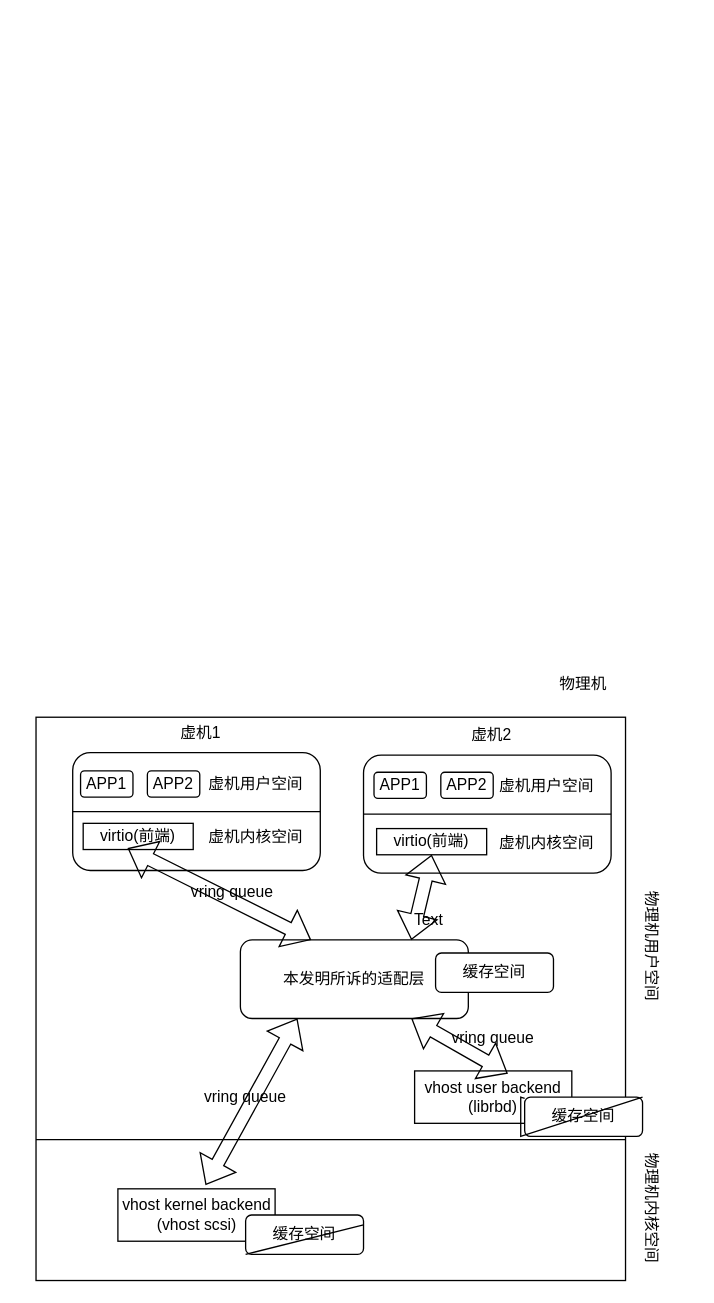
jeffyjf/drawio keeps this draw.io diagram as pictures/Untitled Diagram.drawio. Above is the earlier version. Source tidied: cells renumbered, new cells numbered last; positions are measured from the earlier drawing's top-left corner, leaving out a move shared by most shapes. Both pictures are drawn from the tidied source at 131%, with x=0, y=0 at pixel (35, 664).
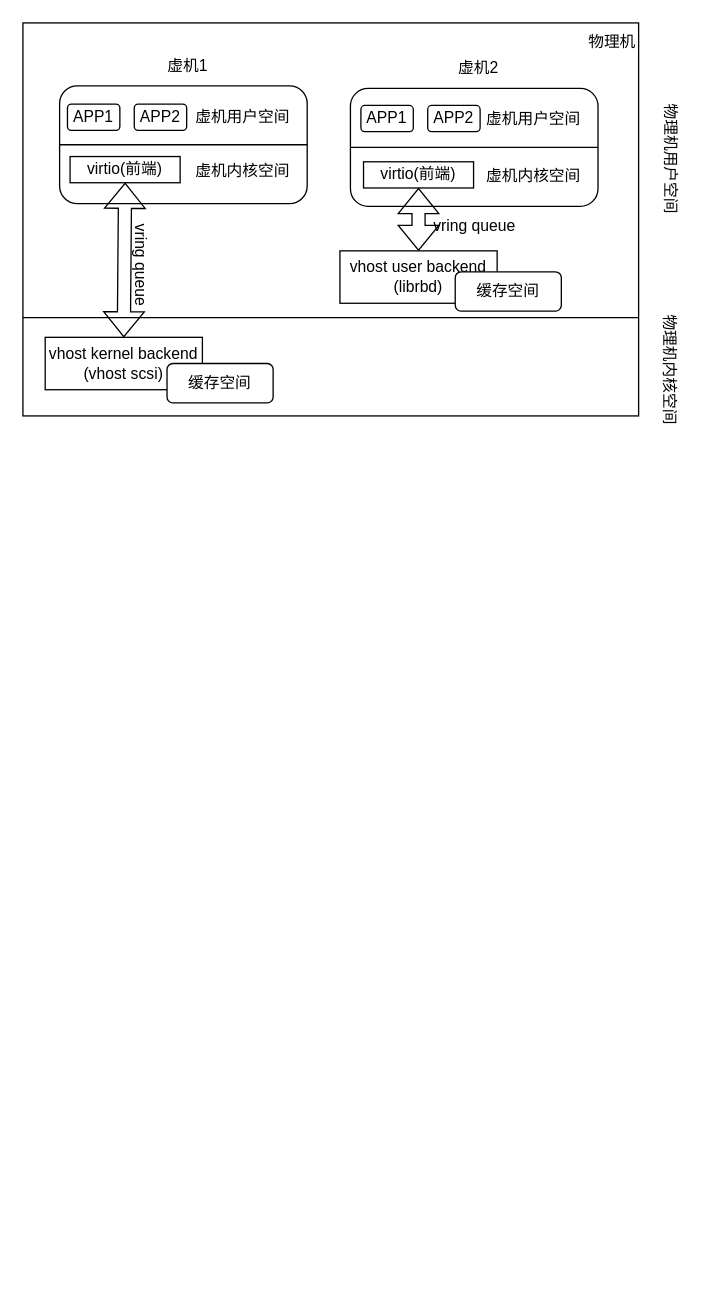
The same diagram, later.

What changed in the source:
```diff
@@
-    <mxCell id="2" style="rounded=0;whiteSpace=wrap;html=1;" parent="1" vertex="1">
-      <mxGeometry y="40" width="450" height="430" as="geometry" />
-    </mxCell>
-    <mxCell id="3" style="rounded=1;whiteSpace=wrap;html=1;" parent="1" vertex="1">
-      <mxGeometry x="250" y="69" width="189" height="90" as="geometry" />
-    </mxCell>
-    <mxCell id="4" style="endArrow=none;html=1;rounded=0;entryX=1;entryY=0.5;entryDx=0;entryDy=0;exitX=0;exitY=0.5;exitDx=0;exitDy=0;" parent="1" edge="1" source="3" target="3">
-      <mxGeometry relative="1" as="geometry" />
-    </mxCell>
-    <mxCell id="5" style="endArrow=none;html=1;rounded=0;exitX=0;exitY=0.75;exitDx=0;exitDy=0;entryX=1;entryY=0.75;entryDx=0;entryDy=0;" parent="1" edge="1" source="2" target="2">
-      <mxGeometry relative="1" as="geometry" />
-    </mxCell>
+    <mxCell id="39" style="rounded=0;whiteSpace=wrap;html=1;" parent="1" vertex="1">
+      <mxGeometry x="-10" y="-490" width="470" height="300" as="geometry" />
+    </mxCell>
+    <mxCell id="40" style="rounded=1;whiteSpace=wrap;html=1;" parent="1" vertex="1">
+      <mxGeometry x="240" y="-440" width="189" height="90" as="geometry" />
+    </mxCell>
+    <mxCell id="41" style="endArrow=none;html=1;rounded=0;entryX=1;entryY=0.5;entryDx=0;entryDy=0;exitX=0;exitY=0.5;exitDx=0;exitDy=0;" parent="1" edge="1" source="40" target="40">
+      <mxGeometry relative="1" as="geometry" />
+    </mxCell>
+    <mxCell id="42" style="endArrow=none;html=1;rounded=0;exitX=0;exitY=0.75;exitDx=0;exitDy=0;entryX=1;entryY=0.75;entryDx=0;entryDy=0;" parent="1" edge="1" source="39" target="39">
+      <mxGeometry relative="1" as="geometry" />
+    </mxCell>
+    <mxCell id="32" value="物理机用户空间" style="text;html=1;strokeColor=none;fillColor=none;align=center;verticalAlign=middle;whiteSpace=wrap;rounded=0;rotation=90;" parent="1" vertex="1">
+      <mxGeometry x="440" y="-401" width="90" height="30" as="geometry" />
+    </mxCell>
     <mxCell id="6" value="虚机2" style="text;html=1;strokeColor=none;fillColor=none;align=center;verticalAlign=middle;whiteSpace=wrap;rounded=0;" parent="1" vertex="1">
-      <mxGeometry x="318" y="39" width="60" height="30" as="geometry" />
+      <mxGeometry x="308" y="-470" width="60" height="30" as="geometry" />
     </mxCell>
-    <mxCell id="7" value="虚机用户空间" style="text;html=1;strokeColor=none;fillColor=none;align=center;verticalAlign=middle;whiteSpace=wrap;rounded=0;" parent="1" vertex="1">
-      <mxGeometry x="350" y="78" width="80" height="30" as="geometry" />
-    </mxCell>
-    <mxCell id="8" value="虚机内核空间" style="text;html=1;strokeColor=none;fillColor=none;align=center;verticalAlign=middle;whiteSpace=wrap;rounded=0;" parent="1" vertex="1">
-      <mxGeometry x="350" y="121" width="80" height="30" as="geometry" />
-    </mxCell>
-    <mxCell id="9" style="rounded=1;whiteSpace=wrap;html=1;" parent="1" vertex="1">
-      <mxGeometry x="28" y="67" width="189" height="90" as="geometry" />
-    </mxCell>
+    <mxCell id="43" value="虚机用户空间" style="text;html=1;strokeColor=none;fillColor=none;align=center;verticalAlign=middle;whiteSpace=wrap;rounded=0;" parent="1" vertex="1">
+      <mxGeometry x="340" y="-431" width="80" height="30" as="geometry" />
+    </mxCell>
+    <mxCell id="44" value="虚机内核空间" style="text;html=1;strokeColor=none;fillColor=none;align=center;verticalAlign=middle;whiteSpace=wrap;rounded=0;" parent="1" vertex="1">
+      <mxGeometry x="340" y="-388" width="80" height="30" as="geometry" />
+    </mxCell>
+    <mxCell id="45" style="rounded=1;whiteSpace=wrap;html=1;" parent="1" vertex="1">
+      <mxGeometry x="18" y="-442" width="189" height="90" as="geometry" />
+    </mxCell>
     <mxCell id="10" value="虚机1" style="text;html=1;strokeColor=none;fillColor=none;align=center;verticalAlign=middle;whiteSpace=wrap;rounded=0;" parent="1" vertex="1">
-      <mxGeometry x="96" y="37" width="60" height="30" as="geometry" />
+      <mxGeometry x="86" y="-472" width="60" height="30" as="geometry" />
     </mxCell>
-    <mxCell id="11" value="虚机用户空间" style="text;html=1;strokeColor=none;fillColor=none;align=center;verticalAlign=middle;whiteSpace=wrap;rounded=0;" parent="1" vertex="1">
-      <mxGeometry x="128" y="76" width="80" height="30" as="geometry" />
-    </mxCell>
-    <mxCell id="12" value="虚机内核空间" style="text;html=1;strokeColor=none;fillColor=none;align=center;verticalAlign=middle;whiteSpace=wrap;rounded=0;" parent="1" vertex="1">
-      <mxGeometry x="128" y="117" width="80" height="30" as="geometry" />
-    </mxCell>
-    <mxCell id="13" value="virtio(前端)" style="rounded=0;whiteSpace=wrap;html=1;" parent="1" vertex="1">
-      <mxGeometry x="36" y="121" width="84" height="20" as="geometry" />
-    </mxCell>
-    <mxCell id="14" style="endArrow=none;html=1;rounded=0;exitX=0;exitY=0.5;exitDx=0;exitDy=0;entryX=1;entryY=0.5;entryDx=0;entryDy=0;" parent="1" edge="1" source="9" target="9">
-      <mxGeometry relative="1" as="geometry" />
-    </mxCell>
-    <mxCell id="15" value="virtio(前端)" style="rounded=0;whiteSpace=wrap;html=1;" parent="1" vertex="1">
-      <mxGeometry x="260" y="125" width="84" height="20" as="geometry" />
-    </mxCell>
-    <mxCell id="16" value="APP1" style="rounded=1;whiteSpace=wrap;html=1;" parent="1" vertex="1">
-      <mxGeometry x="34" y="81" width="40" height="20" as="geometry" />
-    </mxCell>
-    <mxCell id="17" value="APP2" style="rounded=1;whiteSpace=wrap;html=1;" parent="1" vertex="1">
-      <mxGeometry x="85" y="81" width="40" height="20" as="geometry" />
-    </mxCell>
-    <mxCell id="18" value="APP1" style="rounded=1;whiteSpace=wrap;html=1;" parent="1" vertex="1">
-      <mxGeometry x="258" y="82" width="40" height="20" as="geometry" />
-    </mxCell>
-    <mxCell id="19" value="APP2" style="rounded=1;whiteSpace=wrap;html=1;" parent="1" vertex="1">
-      <mxGeometry x="309" y="82" width="40" height="20" as="geometry" />
-    </mxCell>
-    <mxCell id="20" value="本发明所诉的适配层" style="rounded=1;whiteSpace=wrap;html=1;" parent="1" vertex="1">
-      <mxGeometry x="156" y="210" width="174" height="60" as="geometry" />
-    </mxCell>
+    <mxCell id="46" value="虚机用户空间" style="text;html=1;strokeColor=none;fillColor=none;align=center;verticalAlign=middle;whiteSpace=wrap;rounded=0;" parent="1" vertex="1">
+      <mxGeometry x="118" y="-433" width="80" height="30" as="geometry" />
+    </mxCell>
+    <mxCell id="47" value="虚机内核空间" style="text;html=1;strokeColor=none;fillColor=none;align=center;verticalAlign=middle;whiteSpace=wrap;rounded=0;" parent="1" vertex="1">
+      <mxGeometry x="118" y="-392" width="80" height="30" as="geometry" />
+    </mxCell>
+    <mxCell id="48" value="virtio(前端)" style="rounded=0;whiteSpace=wrap;html=1;" parent="1" vertex="1">
+      <mxGeometry x="26" y="-388" width="84" height="20" as="geometry" />
+    </mxCell>
+    <mxCell id="49" style="endArrow=none;html=1;rounded=0;exitX=0;exitY=0.5;exitDx=0;exitDy=0;entryX=1;entryY=0.5;entryDx=0;entryDy=0;" parent="1" edge="1" source="45" target="45">
+      <mxGeometry relative="1" as="geometry" />
+    </mxCell>
+    <mxCell id="50" value="virtio(前端)" style="rounded=0;whiteSpace=wrap;html=1;" parent="1" vertex="1">
+      <mxGeometry x="250" y="-384" width="84" height="20" as="geometry" />
+    </mxCell>
+    <mxCell id="51" value="APP1" style="rounded=1;whiteSpace=wrap;html=1;" parent="1" vertex="1">
+      <mxGeometry x="24" y="-428" width="40" height="20" as="geometry" />
+    </mxCell>
+    <mxCell id="52" value="APP2" style="rounded=1;whiteSpace=wrap;html=1;" parent="1" vertex="1">
+      <mxGeometry x="75" y="-428" width="40" height="20" as="geometry" />
+    </mxCell>
+    <mxCell id="53" value="APP1" style="rounded=1;whiteSpace=wrap;html=1;" parent="1" vertex="1">
+      <mxGeometry x="248" y="-427" width="40" height="20" as="geometry" />
+    </mxCell>
+    <mxCell id="54" value="APP2" style="rounded=1;whiteSpace=wrap;html=1;" parent="1" vertex="1">
+      <mxGeometry x="299" y="-427" width="40" height="20" as="geometry" />
+    </mxCell>
+    <mxCell id="22" value="vhost kernel backend&lt;br&gt;(vhost scsi)" style="rounded=0;whiteSpace=wrap;html=1;" parent="1" vertex="1">
+      <mxGeometry x="7" y="-250" width="120" height="40" as="geometry" />
+    </mxCell>
     <mxCell id="21" value="vhost user backend&lt;br&gt;(librbd)" style="rounded=0;whiteSpace=wrap;html=1;" parent="1" vertex="1">
-      <mxGeometry x="289" y="310" width="120" height="40" as="geometry" />
+      <mxGeometry x="232" y="-316" width="120" height="40" as="geometry" />
     </mxCell>
-    <mxCell id="22" value="vhost kernel backend&lt;br&gt;(vhost scsi)" style="rounded=0;whiteSpace=wrap;html=1;" parent="1" vertex="1">
-      <mxGeometry x="62.5" y="400" width="120" height="40" as="geometry" />
-    </mxCell>
-    <mxCell id="23" style="shape=flexArrow;endArrow=classic;startArrow=classic;html=1;rounded=0;entryX=0.405;entryY=0.95;entryDx=0;entryDy=0;entryPerimeter=0;exitX=0.31;exitY=0;exitDx=0;exitDy=0;exitPerimeter=0;" parent="1" edge="1" source="20" target="13">
-      <mxGeometry relative="1" as="geometry" />
-    </mxCell>
-    <mxCell id="24" style="shape=flexArrow;endArrow=classic;startArrow=classic;html=1;rounded=0;entryX=0.5;entryY=1;entryDx=0;entryDy=0;exitX=0.75;exitY=0;exitDx=0;exitDy=0;" parent="1" edge="1" source="20" target="15">
-      <mxGeometry relative="1" as="geometry" />
-    </mxCell>
-    <mxCell id="25" style="shape=flexArrow;endArrow=classic;startArrow=classic;html=1;rounded=0;entryX=0.25;entryY=1;entryDx=0;entryDy=0;exitX=0.558;exitY=-0.075;exitDx=0;exitDy=0;exitPerimeter=0;" parent="1" edge="1" source="22" target="20">
-      <mxGeometry relative="1" as="geometry" />
-    </mxCell>
-    <mxCell id="26" style="shape=flexArrow;endArrow=classic;startArrow=classic;html=1;rounded=0;entryX=0.75;entryY=1;entryDx=0;entryDy=0;exitX=0.592;exitY=0.05;exitDx=0;exitDy=0;exitPerimeter=0;" parent="1" edge="1" source="21" target="20">
-      <mxGeometry relative="1" as="geometry" />
-    </mxCell>
-    <mxCell id="27" value="vring queue" style="text;html=1;strokeColor=none;fillColor=none;align=center;verticalAlign=middle;whiteSpace=wrap;rounded=0;rotation=0;" parent="1" vertex="1">
-      <mxGeometry x="110" y="159" width="80" height="30" as="geometry" />
-    </mxCell>
+    <mxCell id="55" style="shape=flexArrow;endArrow=classic;startArrow=classic;html=1;rounded=0;entryX=0.5;entryY=1;entryDx=0;entryDy=0;exitX=0.5;exitY=0;exitDx=0;exitDy=0;" parent="1" edge="1" source="22" target="48">
+      <mxGeometry relative="1" as="geometry" />
+    </mxCell>
+    <mxCell id="56" style="shape=flexArrow;endArrow=classic;startArrow=classic;html=1;rounded=0;exitX=0.5;exitY=0;exitDx=0;exitDy=0;" parent="1" edge="1" source="21" target="50">
+      <mxGeometry relative="1" as="geometry" />
+    </mxCell>
+    <mxCell id="57" value="vring queue" style="text;html=1;strokeColor=none;fillColor=none;align=center;verticalAlign=middle;whiteSpace=wrap;rounded=0;rotation=90;" parent="1" vertex="1">
+      <mxGeometry x="40" y="-320" width="80" height="30" as="geometry" />
+    </mxCell>
+    <mxCell id="58" value="vring queue" style="text;html=1;strokeColor=none;fillColor=none;align=center;verticalAlign=middle;whiteSpace=wrap;rounded=0;" parent="1" vertex="1">
+      <mxGeometry x="294.5" y="-350" width="80" height="30" as="geometry" />
+    </mxCell>
-    <mxCell id="28" value="物理机" style="text;html=1;strokeColor=none;fillColor=none;align=center;verticalAlign=middle;whiteSpace=wrap;rounded=0;rotation=0;" parent="1" vertex="1">
-      <mxGeometry x="378" width="80" height="30" as="geometry" />
+    <mxCell id="28" value="物理机" style="text;html=1;strokeColor=none;fillColor=none;align=center;verticalAlign=middle;whiteSpace=wrap;rounded=0;" parent="1" vertex="1">
+      <mxGeometry x="410" y="-490" width="60" height="30" as="geometry" />
     </mxCell>
-    <mxCell id="29" value="vring queue" style="text;html=1;strokeColor=none;fillColor=none;align=center;verticalAlign=middle;whiteSpace=wrap;rounded=0;rotation=0;" parent="1" vertex="1">
-      <mxGeometry x="120" y="315" width="80" height="30" as="geometry" />
-    </mxCell>
-    <mxCell id="30" value="vring queue" style="text;html=1;strokeColor=none;fillColor=none;align=center;verticalAlign=middle;whiteSpace=wrap;rounded=0;rotation=0;" parent="1" vertex="1">
-      <mxGeometry x="309" y="270" width="80" height="30" as="geometry" />
-    </mxCell>
-    <mxCell id="31" value="Text" style="text;html=1;strokeColor=none;fillColor=none;align=center;verticalAlign=middle;whiteSpace=wrap;rounded=0;" parent="1" vertex="1">
-      <mxGeometry x="270" y="180" width="60" height="30" as="geometry" />
-    </mxCell>
-    <mxCell id="32" value="物理机用户空间" style="text;html=1;strokeColor=none;fillColor=none;align=center;verticalAlign=middle;whiteSpace=wrap;rounded=0;rotation=90;" parent="1" vertex="1">
-      <mxGeometry x="420" y="200" width="100" height="30" as="geometry" />
-    </mxCell>
     <mxCell id="33" value="物理机内核空间" style="text;html=1;strokeColor=none;fillColor=none;align=center;verticalAlign=middle;whiteSpace=wrap;rounded=0;rotation=90;" parent="1" vertex="1">
-      <mxGeometry x="420" y="400" width="100" height="30" as="geometry" />
+      <mxGeometry x="439" y="-240" width="90" height="30" as="geometry" />
     </mxCell>
-    <mxCell id="34" value="缓存空间" style="rounded=1;whiteSpace=wrap;html=1;" parent="1" vertex="1">
-      <mxGeometry x="305" y="220" width="90" height="30" as="geometry" />
-    </mxCell>
-    <mxCell id="35" value="缓存空间" style="rounded=1;whiteSpace=wrap;html=1;" parent="1" vertex="1">
-      <mxGeometry x="373" y="330" width="90" height="30" as="geometry" />
-    </mxCell>
-    <mxCell id="36" value="缓存空间" style="rounded=1;whiteSpace=wrap;html=1;" parent="1" vertex="1">
-      <mxGeometry x="160" y="420" width="90" height="30" as="geometry" />
-    </mxCell>
-    <mxCell id="37" style="endArrow=none;html=1;rounded=0;entryX=1;entryY=0;entryDx=0;entryDy=0;" parent="1" edge="1" source="35" target="35">
-      <mxGeometry relative="1" as="geometry">
-        <Array as="points">
-          <mxPoint x="370" y="360" />
-        </Array>
-      </mxGeometry>
-    </mxCell>
-    <mxCell id="38" style="endArrow=none;html=1;rounded=0;entryX=1;entryY=0.25;entryDx=0;entryDy=0;exitX=0;exitY=1;exitDx=0;exitDy=0;" parent="1" edge="1" source="36" target="36">
-      <mxGeometry relative="1" as="geometry" />
-    </mxCell>
+    <mxCell id="59" value="缓存空间" style="rounded=1;whiteSpace=wrap;html=1;" parent="1" vertex="1">
+      <mxGeometry x="320" y="-300" width="81" height="30" as="geometry" />
+    </mxCell>
+    <mxCell id="60" value="缓存空间" style="rounded=1;whiteSpace=wrap;html=1;" parent="1" vertex="1">
+      <mxGeometry x="100" y="-230" width="81" height="30" as="geometry" />
+    </mxCell>
```
